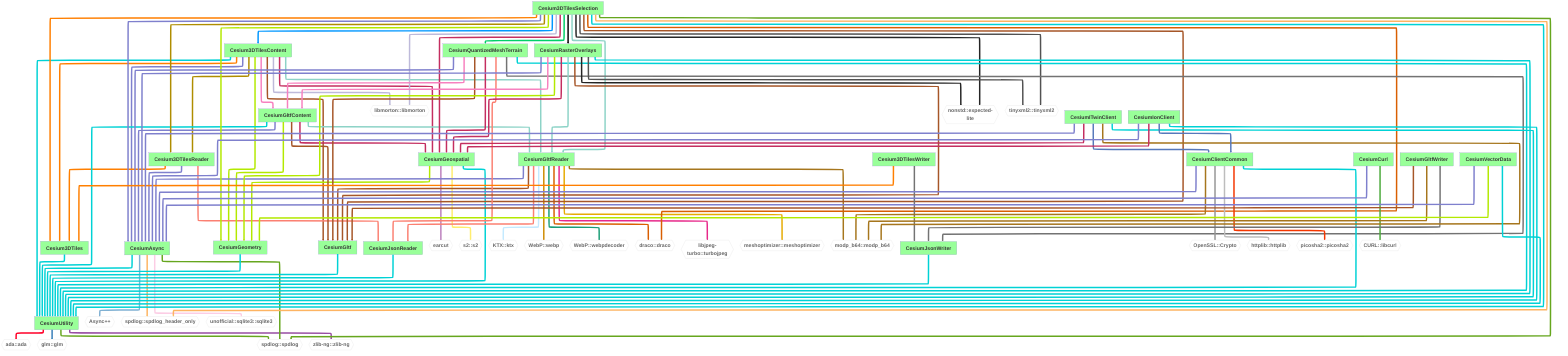
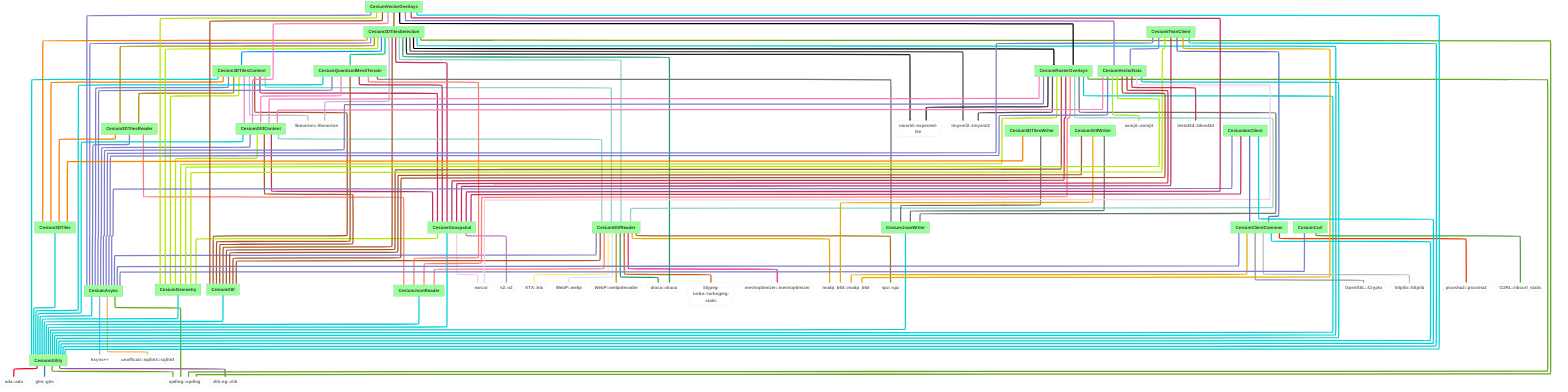
---
comment: This file was generated by dep-graph-gen. DO NOT EDIT THIS FILE!
config:
  layout: elk

---
graph TD
  classDef dependencyNode fill:#fff,stroke:#ccc,color:#666,font-weight:bold,font-size:28px
  classDef libraryNode fill:#9f9,font-weight:bold,font-size:28px
  CesiumUtility[CesiumUtility] --> ada_ada{{ada::ada}}
  CesiumUtility[CesiumUtility] --> glm_glm{{glm::glm}}
  CesiumUtility[CesiumUtility] --> spdlog_spdlog{{spdlog::spdlog}}
-   CesiumUtility[CesiumUtility] --> zlib-ng_zlib-ng{{zlib-ng::zlib-ng}}
+   CesiumUtility[CesiumUtility] --> zlib-ng_zlib{{zlib-ng::zlib}}
  Cesium3DTiles[Cesium3DTiles] --> CesiumUtility[CesiumUtility]
  Cesium3DTilesContent[Cesium3DTilesContent] --> Cesium3DTiles[Cesium3DTiles]
  Cesium3DTilesContent[Cesium3DTilesContent] --> Cesium3DTilesReader[Cesium3DTilesReader]
  Cesium3DTilesContent[Cesium3DTilesContent] --> CesiumAsync[CesiumAsync]
  Cesium3DTilesContent[Cesium3DTilesContent] --> CesiumGeometry[CesiumGeometry]
  Cesium3DTilesContent[Cesium3DTilesContent] --> CesiumGeospatial[CesiumGeospatial]
  Cesium3DTilesContent[Cesium3DTilesContent] --> CesiumGltf[CesiumGltf]
  Cesium3DTilesContent[Cesium3DTilesContent] --> CesiumGltfContent[CesiumGltfContent]
  Cesium3DTilesContent[Cesium3DTilesContent] --> CesiumGltfReader[CesiumGltfReader]
  Cesium3DTilesContent[Cesium3DTilesContent] --> CesiumUtility[CesiumUtility]
  Cesium3DTilesContent[Cesium3DTilesContent] --> libmorton_libmorton{{libmorton::libmorton}}
  Cesium3DTilesReader[Cesium3DTilesReader] --> Cesium3DTiles[Cesium3DTiles]
  Cesium3DTilesReader[Cesium3DTilesReader] --> CesiumAsync[CesiumAsync]
  Cesium3DTilesReader[Cesium3DTilesReader] --> CesiumJsonReader[CesiumJsonReader]
  CesiumAsync[CesiumAsync] --> Async_{{Async++}}
  CesiumAsync[CesiumAsync] --> CesiumUtility[CesiumUtility]
  CesiumAsync[CesiumAsync] --> spdlog_spdlog{{spdlog::spdlog}}
-   CesiumAsync[CesiumAsync] --> spdlog_spdlog_header_only{{spdlog::spdlog_header_only}}
  CesiumAsync[CesiumAsync] --> unofficial_sqlite3_sqlite3{{unofficial::sqlite3::sqlite3}}
  CesiumJsonReader[CesiumJsonReader] --> CesiumUtility[CesiumUtility]
  CesiumGeometry[CesiumGeometry] --> CesiumUtility[CesiumUtility]
  CesiumGeospatial[CesiumGeospatial] --> CesiumGeometry[CesiumGeometry]
  CesiumGeospatial[CesiumGeospatial] --> CesiumUtility[CesiumUtility]
  CesiumGeospatial[CesiumGeospatial] --> earcut{{earcut}}
  CesiumGeospatial[CesiumGeospatial] --> s2_s2{{s2::s2}}
  CesiumGltf[CesiumGltf] --> CesiumUtility[CesiumUtility]
  CesiumGltfContent[CesiumGltfContent] --> CesiumAsync[CesiumAsync]
  CesiumGltfContent[CesiumGltfContent] --> CesiumGeometry[CesiumGeometry]
  CesiumGltfContent[CesiumGltfContent] --> CesiumGeospatial[CesiumGeospatial]
  CesiumGltfContent[CesiumGltfContent] --> CesiumGltf[CesiumGltf]
  CesiumGltfContent[CesiumGltfContent] --> CesiumGltfReader[CesiumGltfReader]
  CesiumGltfContent[CesiumGltfContent] --> CesiumUtility[CesiumUtility]
  CesiumGltfReader[CesiumGltfReader] --> CesiumAsync[CesiumAsync]
  CesiumGltfReader[CesiumGltfReader] --> CesiumGltf[CesiumGltf]
  CesiumGltfReader[CesiumGltfReader] --> CesiumJsonReader[CesiumJsonReader]
  CesiumGltfReader[CesiumGltfReader] --> KTX_ktx{{KTX::ktx}}
  CesiumGltfReader[CesiumGltfReader] --> WebP_webp{{WebP::webp}}
  CesiumGltfReader[CesiumGltfReader] --> WebP_webpdecoder{{WebP::webpdecoder}}
  CesiumGltfReader[CesiumGltfReader] --> draco_draco{{draco::draco}}
-   CesiumGltfReader[CesiumGltfReader] --> libjpeg-turbo_turbojpeg{{libjpeg-turbo::turbojpeg}}
+   CesiumGltfReader[CesiumGltfReader] --> libjpeg-turbo_turbojpeg-static{{libjpeg-turbo::turbojpeg-static}}
  CesiumGltfReader[CesiumGltfReader] --> meshoptimizer_meshoptimizer{{meshoptimizer::meshoptimizer}}
  CesiumGltfReader[CesiumGltfReader] --> modp_b64_modp_b64{{modp_b64::modp_b64}}
+   CesiumGltfReader[CesiumGltfReader] --> spz_spz{{spz::spz}}
  Cesium3DTilesSelection[Cesium3DTilesSelection] --> Cesium3DTiles[Cesium3DTiles]
  Cesium3DTilesSelection[Cesium3DTilesSelection] --> Cesium3DTilesContent[Cesium3DTilesContent]
  Cesium3DTilesSelection[Cesium3DTilesSelection] --> Cesium3DTilesReader[Cesium3DTilesReader]
  Cesium3DTilesSelection[Cesium3DTilesSelection] --> CesiumAsync[CesiumAsync]
  Cesium3DTilesSelection[Cesium3DTilesSelection] --> CesiumGeometry[CesiumGeometry]
  Cesium3DTilesSelection[Cesium3DTilesSelection] --> CesiumGeospatial[CesiumGeospatial]
  Cesium3DTilesSelection[Cesium3DTilesSelection] --> CesiumGltf[CesiumGltf]
  Cesium3DTilesSelection[Cesium3DTilesSelection] --> CesiumGltfReader[CesiumGltfReader]
  Cesium3DTilesSelection[Cesium3DTilesSelection] --> CesiumQuantizedMeshTerrain[CesiumQuantizedMeshTerrain]
  Cesium3DTilesSelection[Cesium3DTilesSelection] --> CesiumRasterOverlays[CesiumRasterOverlays]
  Cesium3DTilesSelection[Cesium3DTilesSelection] --> CesiumUtility[CesiumUtility]
  Cesium3DTilesSelection[Cesium3DTilesSelection] --> draco_draco{{draco::draco}}
  Cesium3DTilesSelection[Cesium3DTilesSelection] --> libmorton_libmorton{{libmorton::libmorton}}
  Cesium3DTilesSelection[Cesium3DTilesSelection] --> nonstd_expected-lite{{nonstd::expected-lite}}
  Cesium3DTilesSelection[Cesium3DTilesSelection] --> spdlog_spdlog{{spdlog::spdlog}}
-   Cesium3DTilesSelection[Cesium3DTilesSelection] --> spdlog_spdlog_header_only{{spdlog::spdlog_header_only}}
  Cesium3DTilesSelection[Cesium3DTilesSelection] --> tinyxml2_tinyxml2{{tinyxml2::tinyxml2}}
  CesiumQuantizedMeshTerrain[CesiumQuantizedMeshTerrain] --> CesiumAsync[CesiumAsync]
  CesiumQuantizedMeshTerrain[CesiumQuantizedMeshTerrain] --> CesiumGeospatial[CesiumGeospatial]
  CesiumQuantizedMeshTerrain[CesiumQuantizedMeshTerrain] --> CesiumGltf[CesiumGltf]
  CesiumQuantizedMeshTerrain[CesiumQuantizedMeshTerrain] --> CesiumGltfContent[CesiumGltfContent]
  CesiumQuantizedMeshTerrain[CesiumQuantizedMeshTerrain] --> CesiumJsonReader[CesiumJsonReader]
  CesiumQuantizedMeshTerrain[CesiumQuantizedMeshTerrain] --> CesiumJsonWriter[CesiumJsonWriter]
  CesiumQuantizedMeshTerrain[CesiumQuantizedMeshTerrain] --> CesiumUtility[CesiumUtility]
  CesiumJsonWriter[CesiumJsonWriter] --> CesiumUtility[CesiumUtility]
  CesiumRasterOverlays[CesiumRasterOverlays] --> CesiumAsync[CesiumAsync]
  CesiumRasterOverlays[CesiumRasterOverlays] --> CesiumGeometry[CesiumGeometry]
  CesiumRasterOverlays[CesiumRasterOverlays] --> CesiumGeospatial[CesiumGeospatial]
  CesiumRasterOverlays[CesiumRasterOverlays] --> CesiumGltf[CesiumGltf]
  CesiumRasterOverlays[CesiumRasterOverlays] --> CesiumGltfContent[CesiumGltfContent]
  CesiumRasterOverlays[CesiumRasterOverlays] --> CesiumGltfReader[CesiumGltfReader]
+   CesiumRasterOverlays[CesiumRasterOverlays] --> CesiumJsonReader[CesiumJsonReader]
+   CesiumRasterOverlays[CesiumRasterOverlays] --> CesiumJsonWriter[CesiumJsonWriter]
  CesiumRasterOverlays[CesiumRasterOverlays] --> CesiumUtility[CesiumUtility]
  CesiumRasterOverlays[CesiumRasterOverlays] --> nonstd_expected-lite{{nonstd::expected-lite}}
+   CesiumRasterOverlays[CesiumRasterOverlays] --> spdlog_spdlog{{spdlog::spdlog}}
  CesiumRasterOverlays[CesiumRasterOverlays] --> tinyxml2_tinyxml2{{tinyxml2::tinyxml2}}
  Cesium3DTilesWriter[Cesium3DTilesWriter] --> Cesium3DTiles[Cesium3DTiles]
  Cesium3DTilesWriter[Cesium3DTilesWriter] --> CesiumJsonWriter[CesiumJsonWriter]
  CesiumClientCommon[CesiumClientCommon] --> CesiumAsync[CesiumAsync]
  CesiumClientCommon[CesiumClientCommon] --> CesiumUtility[CesiumUtility]
  CesiumClientCommon[CesiumClientCommon] --> OpenSSL_Crypto{{OpenSSL::Crypto}}
  CesiumClientCommon[CesiumClientCommon] --> httplib_httplib{{httplib::httplib}}
  CesiumClientCommon[CesiumClientCommon] --> modp_b64_modp_b64{{modp_b64::modp_b64}}
  CesiumClientCommon[CesiumClientCommon] --> picosha2_picosha2{{picosha2::picosha2}}
-   CesiumCurl[CesiumCurl] --> CURL_libcurl{{CURL::libcurl}}
+   CesiumCurl[CesiumCurl] --> CURL_libcurl_static{{CURL::libcurl_static}}
  CesiumCurl[CesiumCurl] --> CesiumAsync[CesiumAsync]
  CesiumGltfWriter[CesiumGltfWriter] --> CesiumGltf[CesiumGltf]
  CesiumGltfWriter[CesiumGltfWriter] --> CesiumJsonWriter[CesiumJsonWriter]
  CesiumGltfWriter[CesiumGltfWriter] --> modp_b64_modp_b64{{modp_b64::modp_b64}}
  CesiumITwinClient[CesiumITwinClient] --> CesiumAsync[CesiumAsync]
  CesiumITwinClient[CesiumITwinClient] --> CesiumClientCommon[CesiumClientCommon]
+   CesiumITwinClient[CesiumITwinClient] --> CesiumGeometry[CesiumGeometry]
  CesiumITwinClient[CesiumITwinClient] --> CesiumGeospatial[CesiumGeospatial]
  CesiumITwinClient[CesiumITwinClient] --> CesiumUtility[CesiumUtility]
+   CesiumITwinClient[CesiumITwinClient] --> CesiumVectorData[CesiumVectorData]
  CesiumITwinClient[CesiumITwinClient] --> modp_b64_modp_b64{{modp_b64::modp_b64}}
+   CesiumVectorData[CesiumVectorData] --> CesiumAsync[CesiumAsync]
+   CesiumVectorData[CesiumVectorData] --> CesiumGeometry[CesiumGeometry]
+   CesiumVectorData[CesiumVectorData] --> CesiumGeospatial[CesiumGeospatial]
+   CesiumVectorData[CesiumVectorData] --> CesiumGltf[CesiumGltf]
+   CesiumVectorData[CesiumVectorData] --> CesiumGltfContent[CesiumGltfContent]
+   CesiumVectorData[CesiumVectorData] --> CesiumUtility[CesiumUtility]
+   CesiumVectorData[CesiumVectorData] --> asmjit_asmjit{{asmjit::asmjit}}
+   CesiumVectorData[CesiumVectorData] --> blend2d_blend2d{{blend2d::blend2d}}
+   CesiumVectorData[CesiumVectorData] --> earcut{{earcut}}
  CesiumIonClient[CesiumIonClient] --> CesiumAsync[CesiumAsync]
  CesiumIonClient[CesiumIonClient] --> CesiumClientCommon[CesiumClientCommon]
  CesiumIonClient[CesiumIonClient] --> CesiumGeospatial[CesiumGeospatial]
  CesiumIonClient[CesiumIonClient] --> CesiumUtility[CesiumUtility]
-   CesiumVectorData[CesiumVectorData] --> CesiumAsync[CesiumAsync]
-   CesiumVectorData[CesiumVectorData] --> CesiumGeometry[CesiumGeometry]
-   CesiumVectorData[CesiumVectorData] --> CesiumUtility[CesiumUtility]
-   class ada_ada,glm_glm,spdlog_spdlog,zlib-ng_zlib-ng,libmorton_libmorton,Async_,spdlog_spdlog_header_only,unofficial_sqlite3_sqlite3,earcut,s2_s2,KTX_ktx,WebP_webp,WebP_webpdecoder,draco_draco,libjpeg-turbo_turbojpeg,meshoptimizer_meshoptimizer,modp_b64_modp_b64,nonstd_expected-lite,tinyxml2_tinyxml2,OpenSSL_Crypto,httplib_httplib,picosha2_picosha2,CURL_libcurl dependencyNode
-   class CesiumUtility,Cesium3DTiles,Cesium3DTilesReader,CesiumAsync,CesiumGeometry,CesiumGeospatial,CesiumGltf,CesiumGltfContent,CesiumGltfReader,Cesium3DTilesContent,CesiumJsonReader,CesiumQuantizedMeshTerrain,CesiumRasterOverlays,Cesium3DTilesSelection,CesiumJsonWriter,Cesium3DTilesWriter,CesiumClientCommon,CesiumCurl,CesiumGltfWriter,CesiumITwinClient,CesiumIonClient,CesiumVectorData libraryNode
+   CesiumVectorOverlays[CesiumVectorOverlays] --> Cesium3DTilesSelection[Cesium3DTilesSelection]
+   CesiumVectorOverlays[CesiumVectorOverlays] --> CesiumAsync[CesiumAsync]
+   CesiumVectorOverlays[CesiumVectorOverlays] --> CesiumGeometry[CesiumGeometry]
+   CesiumVectorOverlays[CesiumVectorOverlays] --> CesiumGeospatial[CesiumGeospatial]
+   CesiumVectorOverlays[CesiumVectorOverlays] --> CesiumGltf[CesiumGltf]
+   CesiumVectorOverlays[CesiumVectorOverlays] --> CesiumGltfContent[CesiumGltfContent]
+   CesiumVectorOverlays[CesiumVectorOverlays] --> CesiumRasterOverlays[CesiumRasterOverlays]
+   CesiumVectorOverlays[CesiumVectorOverlays] --> CesiumUtility[CesiumUtility]
+   CesiumVectorOverlays[CesiumVectorOverlays] --> CesiumVectorData[CesiumVectorData]
+   class ada_ada,glm_glm,spdlog_spdlog,zlib-ng_zlib,libmorton_libmorton,Async_,unofficial_sqlite3_sqlite3,earcut,s2_s2,KTX_ktx,WebP_webp,WebP_webpdecoder,draco_draco,libjpeg-turbo_turbojpeg-static,meshoptimizer_meshoptimizer,modp_b64_modp_b64,spz_spz,nonstd_expected-lite,tinyxml2_tinyxml2,OpenSSL_Crypto,httplib_httplib,picosha2_picosha2,CURL_libcurl_static,asmjit_asmjit,blend2d_blend2d dependencyNode
+   class CesiumUtility,Cesium3DTiles,Cesium3DTilesReader,CesiumAsync,CesiumGeometry,CesiumGeospatial,CesiumGltf,CesiumGltfContent,CesiumGltfReader,Cesium3DTilesContent,CesiumJsonReader,CesiumQuantizedMeshTerrain,CesiumRasterOverlays,Cesium3DTilesSelection,CesiumJsonWriter,Cesium3DTilesWriter,CesiumClientCommon,CesiumCurl,CesiumGltfWriter,CesiumVectorData,CesiumITwinClient,CesiumIonClient,CesiumVectorOverlays libraryNode
  linkStyle 0 stroke:#ff0029,stroke-width:8px
  linkStyle 1 stroke:#377eb8,stroke-width:8px
-   linkStyle 2,20,60 stroke:#66a61e,stroke-width:8px
+   linkStyle 2,20,60,80 stroke:#66a61e,stroke-width:8px
  linkStyle 3 stroke:#984ea3,stroke-width:8px
-   linkStyle 4,13,19,23,24,26,29,35,56,69,70,77,83,96,101,104 stroke:#00d2d5,stroke-width:8px
-   linkStyle 5,15,46,80 stroke:#ff7f00,stroke-width:8px
+   linkStyle 4,13,19,22,23,25,28,34,56,68,69,78,85,99,107,114,122 stroke:#00d2d5,stroke-width:8px
+   linkStyle 5,15,46,82 stroke:#ff7f00,stroke-width:8px
  linkStyle 6,48 stroke:#af8d00,stroke-width:8px
-   linkStyle 7,16,30,36,49,63,71,82,89,93,98,102 stroke:#7f80cd,stroke-width:8px
-   linkStyle 8,25,31,50,72,103 stroke:#b3e900,stroke-width:8px
-   linkStyle 9,32,51,64,73,95,100 stroke:#c42e60,stroke-width:8px
-   linkStyle 10,33,37,52,65,74,90 stroke:#a65628,stroke-width:8px
-   linkStyle 11,66,75 stroke:#f781bf,stroke-width:8px
-   linkStyle 12,34,53,76 stroke:#8dd3c7,stroke-width:8px
+   linkStyle 7,16,29,35,49,62,70,84,91,95,102,111,116 stroke:#7f80cd,stroke-width:8px
+   linkStyle 8,24,30,50,71,97,103,117 stroke:#b3e900,stroke-width:8px
+   linkStyle 9,31,51,63,72,98,104,113,118 stroke:#c42e60,stroke-width:8px
+   linkStyle 10,32,36,52,64,73,92,105,119 stroke:#a65628,stroke-width:8px
+   linkStyle 11,65,74,106,120 stroke:#f781bf,stroke-width:8px
+   linkStyle 12,33,53,75 stroke:#8dd3c7,stroke-width:8px
  linkStyle 14,58 stroke:#bebada,stroke-width:8px
-   linkStyle 17,38,67 stroke:#fb8072,stroke-width:8px
+   linkStyle 17,37,66,76 stroke:#fb8072,stroke-width:8px
  linkStyle 18 stroke:#80b1d3,stroke-width:8px
-   linkStyle 21,61 stroke:#fdb462,stroke-width:8px
-   linkStyle 22 stroke:#fccde5,stroke-width:8px
+   linkStyle 21 stroke:#fdb462,stroke-width:8px
+   linkStyle 26,110 stroke:#fccde5,stroke-width:8px
  linkStyle 27 stroke:#bc80bd,stroke-width:8px
-   linkStyle 28 stroke:#ffed6f,stroke-width:8px
+   linkStyle 38 stroke:#ffed6f,stroke-width:8px
  linkStyle 39 stroke:#c4eaff,stroke-width:8px
  linkStyle 40 stroke:#cf8c00,stroke-width:8px
-   linkStyle 41 stroke:#1b9e77,stroke-width:8px
-   linkStyle 42,57 stroke:#d95f02,stroke-width:8px
+   linkStyle 41,57 stroke:#1b9e77,stroke-width:8px
+   linkStyle 42 stroke:#d95f02,stroke-width:8px
  linkStyle 43 stroke:#e7298a,stroke-width:8px
-   linkStyle 44 stroke:#e6ab02,stroke-width:8px
-   linkStyle 45,86,92,97 stroke:#a6761d,stroke-width:8px
+   linkStyle 44,88,94,101 stroke:#e6ab02,stroke-width:8px
+   linkStyle 45 stroke:#a6761d,stroke-width:8px
  linkStyle 47 stroke:#0097ff,stroke-width:8px
  linkStyle 54 stroke:#00d067,stroke-width:8px
-   linkStyle 55 stroke:#000000,stroke-width:8px
-   linkStyle 59,78 stroke:#252525,stroke-width:8px
-   linkStyle 62,79 stroke:#525252,stroke-width:8px
-   linkStyle 68,81,91 stroke:#737373,stroke-width:8px
-   linkStyle 84 stroke:#969696,stroke-width:8px
-   linkStyle 85 stroke:#bdbdbd,stroke-width:8px
-   linkStyle 87 stroke:#f43600,stroke-width:8px
-   linkStyle 88 stroke:#4ba93b,stroke-width:8px
-   linkStyle 94,99 stroke:#5779bb,stroke-width:8px
+   linkStyle 55,121 stroke:#000000,stroke-width:8px
+   linkStyle 59,79 stroke:#252525,stroke-width:8px
+   linkStyle 61,81 stroke:#525252,stroke-width:8px
+   linkStyle 67,77,83,93 stroke:#737373,stroke-width:8px
+   linkStyle 86 stroke:#969696,stroke-width:8px
+   linkStyle 87 stroke:#bdbdbd,stroke-width:8px
+   linkStyle 89 stroke:#f43600,stroke-width:8px
+   linkStyle 90 stroke:#4ba93b,stroke-width:8px
+   linkStyle 96,112 stroke:#5779bb,stroke-width:8px
+   linkStyle 100,123 stroke:#927acc,stroke-width:8px
+   linkStyle 108 stroke:#97ee3f,stroke-width:8px
+   linkStyle 109 stroke:#bf3947,stroke-width:8px
+   linkStyle 115 stroke:#9f5b00,stroke-width:8px
